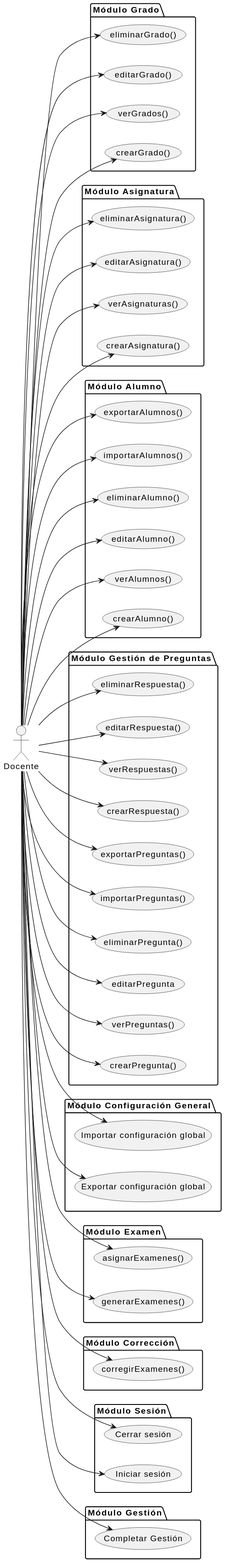
Before: documents/casos-de-uso/encontrarActoresYCasosDeUso/actoresYCasosDeUso-docente.svg, a diagram exported from PlantUML (martinlopez7/25-26-IdSw1-SdR).
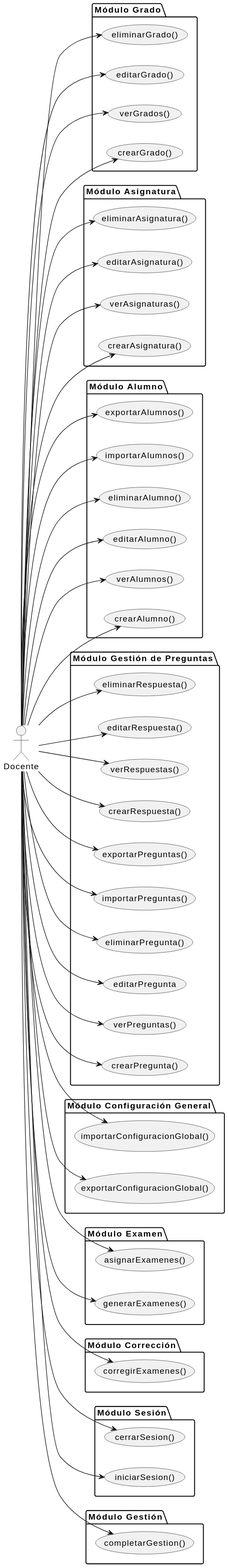
The same file after the commit.

Commit message:
feat(cu): Añade casos de uso CRUD para "Respuesta" para el actor Docente y normaliza el nombre de todos los casos de uso en general [refs #69]

Diff of the diagram source:
```diff
@@ -42,8 +42,8 @@
 }
 
 package "Módulo Configuración General" {
-  usecase "Exportar configuración global" as UC26
-  usecase "Importar configuración global" as UC27
+  usecase "exportarConfiguracionGlobal()" as UC26
+  usecase "importarConfiguracionGlobal()" as UC27
 }
 
 package "Módulo Examen" {
@@ -57,12 +57,12 @@
 }
 
 package "Módulo Sesión" {
-  usecase "Iniciar sesión" as UC41
-  usecase "Cerrar sesión" as UC42
+  usecase "iniciarSesion()" as UC41
+  usecase "cerrarSesion()" as UC42
 }
 
 package "Módulo Gestión" {
-  usecase "Completar Gestión" as UC13
+  usecase "completarGestion()" as UC13
 
 }
 
```
